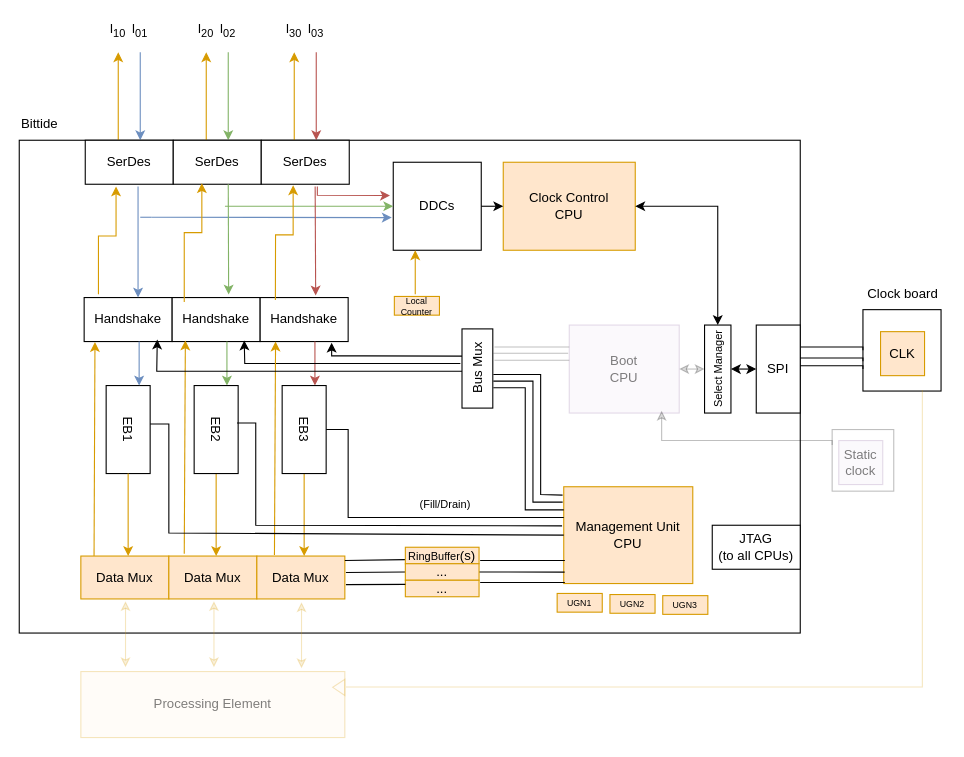
Above: docs/diagrams/bittide-mu-diagram.drawio in bittide/bittide-hardware (draw.io), before the change. Source tidied: cells renumbered, new cells numbered last; positions are measured from the earlier drawing's top-left corner, leaving out a move shared by most shapes. Both pictures are drawn from the tidied source at 110%, with x=0, y=0 at pixel (19, 19).
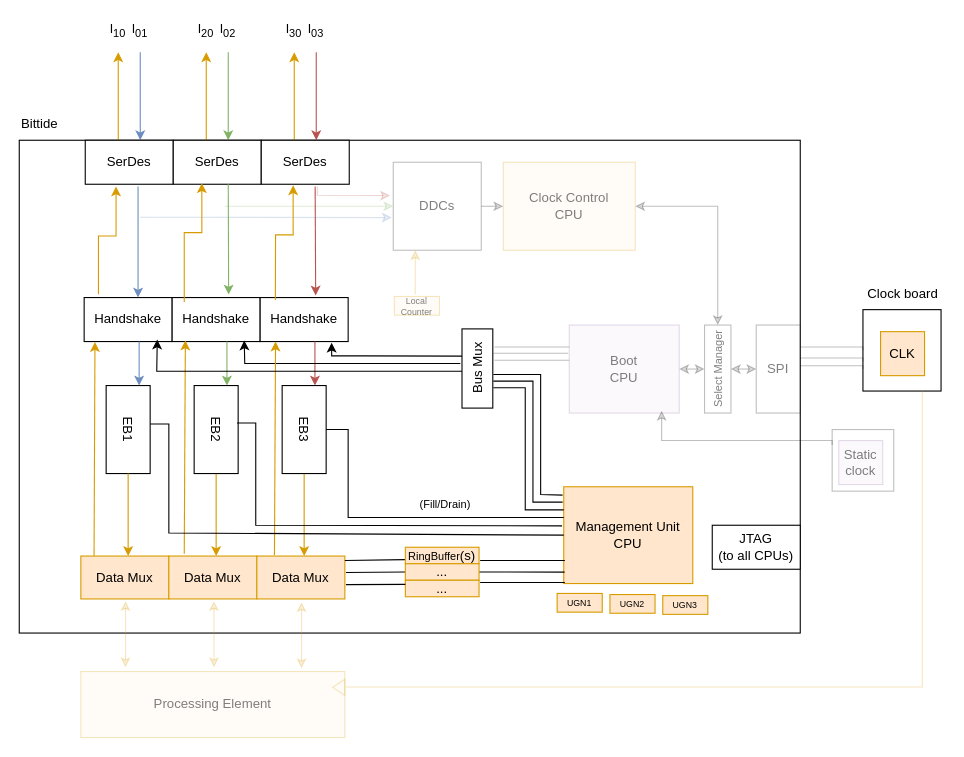
After the change.

Commit message (it also covers changes not shown here):
Fade clock control in the MU and PE diagrams

Each version of the node diagram highlights the part that is important
in its step of the bringup sequence. The MU and PE versions also
highlighted the clock control part: the DDCs, the Clock Control CPU, and
its connection to the clock chip. These are now faded, like in the boot
diagram.

The change refers to these unchanged cells:
```xml
<mxCell id="2" style="rounded=0;whiteSpace=wrap;html=1;fillOpacity=100;strokeOpacity=100;" parent="1" vertex="1">
  <mxGeometry x="767" y="264" width="71" height="74" as="geometry" />
</mxCell>
```

Change to the diagram source:
```diff
@@
-    <mxCell id="24" value="DDCs" style="rounded=0;whiteSpace=wrap;html=1;fillOpacity=100;strokeOpacity=100;arcSize=12;" parent="1" vertex="1">
+    <mxCell id="24" value="DDCs" style="rounded=0;whiteSpace=wrap;html=1;arcSize=12;fillOpacity=15;strokeOpacity=25;textOpacity=50;" parent="1" vertex="1">
       <mxGeometry x="340" y="130" width="80" height="80" as="geometry" />
     </mxCell>
-    <mxCell id="25" style="endArrow=none;html=1;rounded=0;fillColor=#dae8fc;strokeColor=#6c8ebf;fillOpacity=100;strokeOpacity=100;" parent="1" edge="1">
+    <mxCell id="25" style="endArrow=none;html=1;rounded=0;fillColor=#dae8fc;strokeColor=#6c8ebf;fillOpacity=15;strokeOpacity=25;" parent="1" edge="1">
       <mxGeometry relative="1" as="geometry">
         <mxPoint x="110" y="180" as="sourcePoint" />
         <mxPoint x="120" y="180" as="targetPoint" />
       </mxGeometry>
     </mxCell>
-    <mxCell id="26" style="endArrow=classic;html=1;rounded=0;fillColor=#dae8fc;strokeColor=#6c8ebf;fillOpacity=100;strokeOpacity=100;entryX=-0.017;entryY=0.629;entryDx=0;entryDy=0;entryPerimeter=0;" parent="1" edge="1" target="24">
+    <mxCell id="26" style="endArrow=classic;html=1;rounded=0;fillColor=#dae8fc;strokeColor=#6c8ebf;entryX=-0.017;entryY=0.629;entryDx=0;entryDy=0;entryPerimeter=0;fillOpacity=15;strokeOpacity=25;" parent="1" edge="1" target="24">
       <mxGeometry relative="1" as="geometry">
         <mxPoint x="120" y="180" as="sourcePoint" />
       </mxGeometry>
     </mxCell>
-    <mxCell id="27" style="endArrow=classic;html=1;rounded=0;fillColor=#d5e8d4;strokeColor=#82b366;fillOpacity=100;strokeOpacity=100;" parent="1" edge="1">
+    <mxCell id="27" style="endArrow=classic;html=1;rounded=0;fillColor=#d5e8d4;strokeColor=#82b366;fillOpacity=15;strokeOpacity=25;" parent="1" edge="1">
       <mxGeometry relative="1" as="geometry">
         <mxPoint x="187" y="170" as="sourcePoint" />
         <mxPoint x="340" y="170" as="targetPoint" />
       </mxGeometry>
     </mxCell>
-    <mxCell id="28" style="endArrow=classic;html=1;rounded=0;fillColor=#f8cecc;strokeColor=#b85450;fillOpacity=100;strokeOpacity=100;entryX=-0.037;entryY=0.379;entryDx=0;entryDy=0;entryPerimeter=0;" parent="1" edge="1" target="24">
+    <mxCell id="28" style="endArrow=classic;html=1;rounded=0;fillColor=#f8cecc;strokeColor=#b85450;entryX=-0.037;entryY=0.379;entryDx=0;entryDy=0;entryPerimeter=0;fillOpacity=15;strokeOpacity=25;" parent="1" edge="1" target="24">
       <mxGeometry relative="1" as="geometry">
         <mxPoint x="271" y="152" as="sourcePoint" />
         <Array as="points">
           <mxPoint x="271" y="160" />
         </Array>
       </mxGeometry>
     </mxCell>
@@
-    <mxCell id="34" value="&lt;div&gt;Clock Control&lt;/div&gt;&lt;div&gt;CPU&lt;/div&gt;" style="rounded=0;whiteSpace=wrap;html=1;fillColor=#ffe6cc;strokeColor=#d79b00;fillOpacity=100;strokeOpacity=100;arcSize=12;" parent="1" vertex="1">
+    <mxCell id="34" value="&lt;div&gt;Clock Control&lt;/div&gt;&lt;div&gt;CPU&lt;/div&gt;" style="rounded=0;whiteSpace=wrap;html=1;fillColor=#ffe6cc;strokeColor=#d79b00;arcSize=12;fillOpacity=15;strokeOpacity=25;textOpacity=50;" parent="1" vertex="1">
       <mxGeometry x="440" y="130" width="120" height="80" as="geometry" />
     </mxCell>
-    <mxCell id="35" style="edgeStyle=orthogonalEdgeStyle;rounded=0;jettySize=auto;html=1;exitX=1;exitY=0.5;exitDx=0;exitDy=0;startArrow=classic;endArrow=classic;fillOpacity=100;strokeOpacity=100;arcSize=12;" parent="1" edge="1" source="34">
+    <mxCell id="35" style="edgeStyle=orthogonalEdgeStyle;rounded=0;jettySize=auto;html=1;exitX=1;exitY=0.5;exitDx=0;exitDy=0;startArrow=classic;endArrow=classic;arcSize=12;fillOpacity=15;strokeOpacity=25;" parent="1" edge="1" source="34">
       <mxGeometry relative="1" as="geometry">
         <mxPoint x="635" y="278" as="targetPoint" />
         <Array as="points">
           <mxPoint x="635" y="170" />
         </Array>
       </mxGeometry>
     </mxCell>
-    <mxCell id="36" style="endArrow=classic;html=1;rounded=0;fillOpacity=100;strokeOpacity=100;arcSize=12;" parent="1" edge="1">
+    <mxCell id="36" style="endArrow=classic;html=1;rounded=0;arcSize=12;fillOpacity=15;strokeOpacity=25;" parent="1" edge="1">
       <mxGeometry relative="1" as="geometry">
         <mxPoint x="420" y="170" as="sourcePoint" />
         <mxPoint x="440" y="170" as="targetPoint" />
       </mxGeometry>
     </mxCell>
-    <mxCell id="37" style="edgeStyle=orthogonalEdgeStyle;rounded=0;jettySize=auto;html=1;exitX=1;exitY=0.25;exitDx=0;exitDy=0;entryX=0;entryY=0.5;entryDx=0;entryDy=0;endArrow=none;endFill=0;fillOpacity=100;strokeOpacity=100;" parent="1" edge="1" source="38" target="2">
+    <mxCell id="37" style="edgeStyle=orthogonalEdgeStyle;rounded=0;jettySize=auto;html=1;exitX=1;exitY=0.25;exitDx=0;exitDy=0;entryX=0;entryY=0.5;entryDx=0;entryDy=0;endArrow=none;endFill=0;fillOpacity=15;strokeOpacity=25;" parent="1" edge="1" source="38" target="2">
       <mxGeometry relative="1" as="geometry">
         <Array as="points">
           <mxPoint x="767" y="298" />
         </Array>
       </mxGeometry>
     </mxCell>
-    <mxCell id="38" value="SPI" style="rounded=0;whiteSpace=wrap;html=1;fillOpacity=100;strokeOpacity=100;" parent="1" vertex="1">
+    <mxCell id="38" value="SPI" style="rounded=0;whiteSpace=wrap;html=1;fillOpacity=15;strokeOpacity=25;textOpacity=50;" parent="1" vertex="1">
       <mxGeometry x="670" y="278" width="40" height="80" as="geometry" />
     </mxCell>
-    <mxCell id="39" value="Select Manager" style="rounded=0;whiteSpace=wrap;html=1;rotation=-90;fontSize=10;" parent="1" vertex="1">
+    <mxCell id="39" value="Select Manager" style="rounded=0;whiteSpace=wrap;html=1;rotation=-90;fontSize=10;fillOpacity=15;strokeOpacity=25;textOpacity=50;" parent="1" vertex="1">
       <mxGeometry x="595" y="306" width="80" height="24" as="geometry" />
     </mxCell>
-    <mxCell id="40" style="endArrow=classic;startArrow=classic;html=1;rounded=0;entryX=0;entryY=0.5;entryDx=0;entryDy=0;" parent="1" edge="1" target="38">
+    <mxCell id="40" style="endArrow=classic;startArrow=classic;html=1;rounded=0;entryX=0;entryY=0.5;entryDx=0;entryDy=0;fillOpacity=15;strokeOpacity=25;" parent="1" edge="1" target="38">
       <mxGeometry relative="1" as="geometry">
         <mxPoint x="647" y="318" as="sourcePoint" />
       </mxGeometry>
     </mxCell>
@@
-    <mxCell id="52" style="endArrow=classic;html=1;rounded=0;fillColor=#ffe6cc;strokeColor=#d79b00;fillOpacity=100;strokeOpacity=100;arcSize=12;" parent="1" edge="1">
+    <mxCell id="52" style="endArrow=classic;html=1;rounded=0;fillColor=#ffe6cc;strokeColor=#d79b00;arcSize=12;fillOpacity=15;strokeOpacity=25;" parent="1" edge="1">
       <mxGeometry relative="1" as="geometry">
         <mxPoint x="360" y="250" as="sourcePoint" />
         <mxPoint x="360" y="210" as="targetPoint" />
       </mxGeometry>
     </mxCell>
@@
-    <mxCell id="63" style="edgeStyle=orthogonalEdgeStyle;rounded=0;orthogonalLoop=1;jettySize=auto;html=1;exitX=1;exitY=0.25;exitDx=0;exitDy=0;entryX=0;entryY=0.5;entryDx=0;entryDy=0;endArrow=none;endFill=0;fillOpacity=100;strokeOpacity=100;" parent="1" edge="1">
+    <mxCell id="63" style="edgeStyle=orthogonalEdgeStyle;rounded=0;orthogonalLoop=1;jettySize=auto;html=1;exitX=1;exitY=0.25;exitDx=0;exitDy=0;entryX=0;entryY=0.5;entryDx=0;entryDy=0;endArrow=none;endFill=0;fillOpacity=15;strokeOpacity=25;" parent="1" edge="1">
       <mxGeometry relative="1" as="geometry">
         <mxPoint x="710" y="308" as="sourcePoint" />
         <mxPoint x="767" y="311" as="targetPoint" />
         <Array as="points">
           <mxPoint x="767" y="308" />
         </Array>
       </mxGeometry>
     </mxCell>
-    <mxCell id="64" style="edgeStyle=orthogonalEdgeStyle;rounded=0;orthogonalLoop=1;jettySize=auto;html=1;exitX=1;exitY=0.25;exitDx=0;exitDy=0;entryX=0;entryY=0.5;entryDx=0;entryDy=0;endArrow=none;endFill=0;fillOpacity=100;strokeOpacity=100;" parent="1" edge="1">
+    <mxCell id="64" style="edgeStyle=orthogonalEdgeStyle;rounded=0;orthogonalLoop=1;jettySize=auto;html=1;exitX=1;exitY=0.25;exitDx=0;exitDy=0;entryX=0;entryY=0.5;entryDx=0;entryDy=0;endArrow=none;endFill=0;fillOpacity=15;strokeOpacity=25;" parent="1" edge="1">
       <mxGeometry relative="1" as="geometry">
         <mxPoint x="710" y="315" as="sourcePoint" />
         <mxPoint x="767" y="318" as="targetPoint" />
         <Array as="points">
           <mxPoint x="767" y="315" />
         </Array>
       </mxGeometry>
     </mxCell>
@@
-    <mxCell id="74" value="Local Counter" style="rounded=0;whiteSpace=wrap;html=1;fillColor=#ffe6cc;strokeColor=#d79b00;fontSize=8;fillOpacity=100;strokeOpacity=100;" parent="1" vertex="1">
+    <mxCell id="74" value="Local Counter" style="rounded=0;whiteSpace=wrap;html=1;fillColor=#ffe6cc;strokeColor=#d79b00;fontSize=8;fillOpacity=15;strokeOpacity=25;textOpacity=50;" parent="1" vertex="1">
       <mxGeometry x="341" y="252" width="41" height="17" as="geometry" />
     </mxCell>
```
